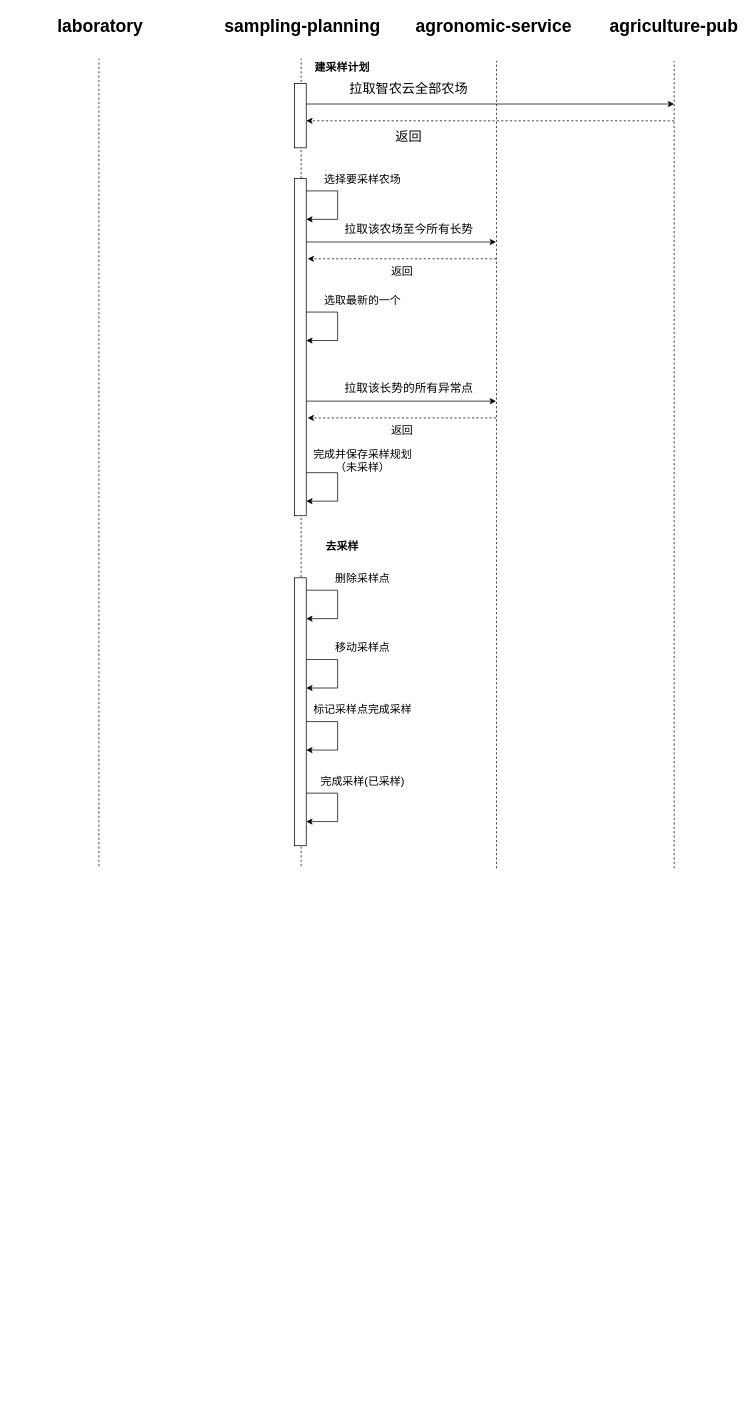
Earlier version of the draw.io diagram 植株检测流程图.drawio (RK-JD/DrawIO). Source tidied: cells renumbered, new cells numbered last; positions are measured from the earlier drawing's top-left corner, leaving out a move shared by most shapes. Both pictures are drawn from the tidied source at 73%, with x=0, y=0 at pixel (12, 14).
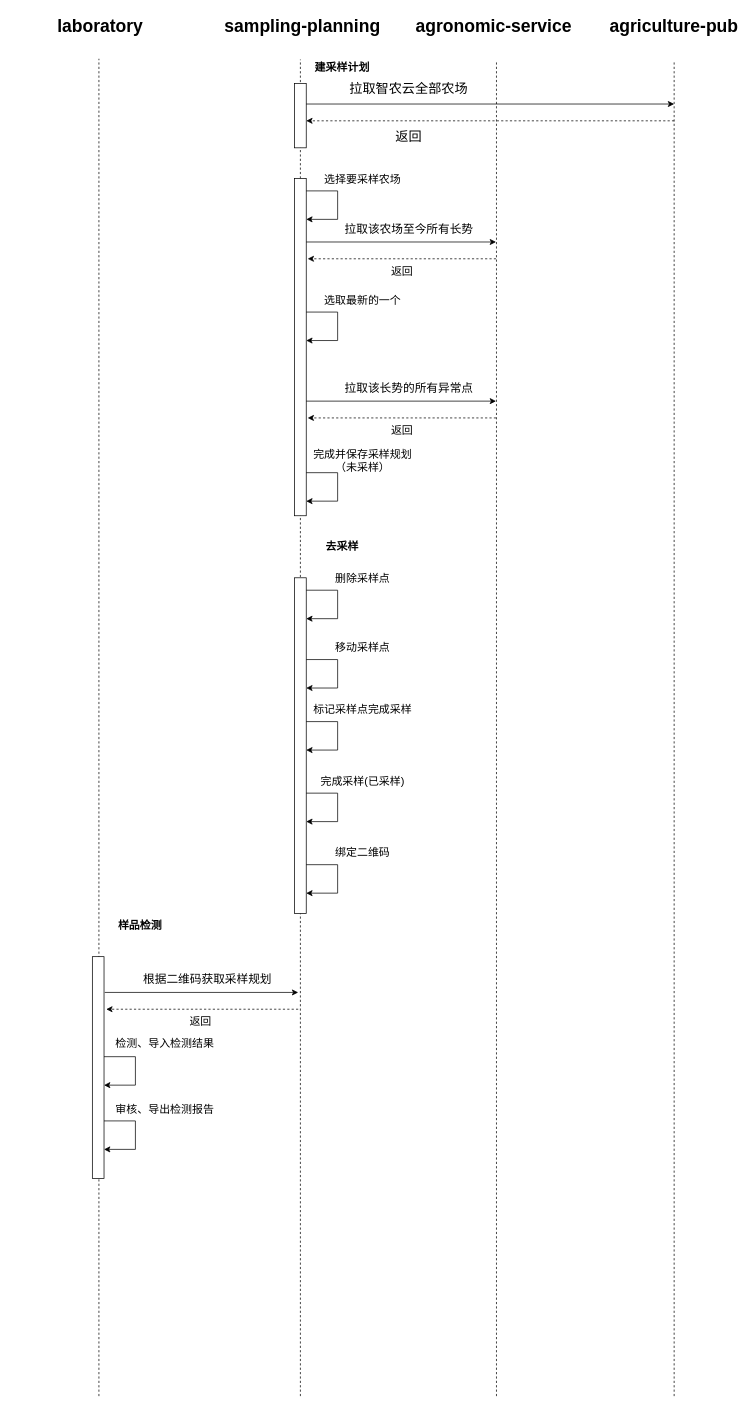
The same diagram, later.

Commit message:
更新植株检测流程图.drawio

Diff of the diagram source:
```diff
@@
     <mxCell id="2" style="endArrow=none;dashed=1;html=1;rounded=0;" parent="1" edge="1">
       <mxGeometry relative="1" as="geometry">
-        <mxPoint x="395" y="1167" as="sourcePoint" />
-        <mxPoint x="395" y="61" as="targetPoint" />
+        <mxPoint x="394" y="1893" as="sourcePoint" />
+        <mxPoint x="394" y="62" as="targetPoint" />
       </mxGeometry>
     </mxCell>
     <mxCell id="3" style="endArrow=none;dashed=1;html=1;rounded=0;" parent="1" edge="1">
       <mxGeometry relative="1" as="geometry">
-        <mxPoint x="662.6" y="1170" as="sourcePoint" />
+        <mxPoint x="662.6" y="1893" as="sourcePoint" />
         <mxPoint x="662.6" y="64" as="targetPoint" />
       </mxGeometry>
     </mxCell>
@@
     <mxCell id="6" style="endArrow=none;dashed=1;html=1;rounded=0;" parent="1" edge="1">
       <mxGeometry relative="1" as="geometry">
-        <mxPoint x="906" y="1170" as="sourcePoint" />
+        <mxPoint x="906" y="1893" as="sourcePoint" />
         <mxPoint x="906" y="64" as="targetPoint" />
       </mxGeometry>
     </mxCell>
@@
     <mxCell id="10" style="endArrow=none;dashed=1;html=1;rounded=0;" parent="1" edge="1">
       <mxGeometry relative="1" as="geometry">
-        <mxPoint x="118" y="1167" as="sourcePoint" />
+        <mxPoint x="118" y="1893" as="sourcePoint" />
         <mxPoint x="118" y="61" as="targetPoint" />
       </mxGeometry>
     </mxCell>
@@
     <mxCell id="30" style="rounded=0;whiteSpace=wrap;html=1;" parent="1" vertex="1">
-      <mxGeometry x="386" y="772" width="16" height="367" as="geometry" />
+      <mxGeometry x="386" y="772" width="16" height="460" as="geometry" />
     </mxCell>
@@
+    <mxCell id="41" style="endArrow=classic;html=1;rounded=0;" parent="1" edge="1">
+      <mxGeometry relative="1" as="geometry">
+        <mxPoint x="402" y="1165" as="sourcePoint" />
+        <mxPoint x="402" y="1204" as="targetPoint" />
+        <Array as="points">
+          <mxPoint x="445" y="1165" />
+          <mxPoint x="445" y="1204" />
+        </Array>
+      </mxGeometry>
+    </mxCell>
+    <mxCell id="42" value="&lt;span style=&quot;font-size: 15px;&quot;&gt;绑定二维码&lt;/span&gt;" style="text;html=1;align=center;verticalAlign=middle;whiteSpace=wrap;rounded=0;" parent="1" vertex="1">
+      <mxGeometry x="392" y="1133" width="175" height="30" as="geometry" />
+    </mxCell>
+    <mxCell id="43" style="rounded=0;whiteSpace=wrap;html=1;" parent="1" vertex="1">
+      <mxGeometry x="109" y="1291" width="16" height="304" as="geometry" />
+    </mxCell>
+    <mxCell id="44" value="&lt;span&gt;样品检测&lt;/span&gt;" style="text;html=1;align=center;verticalAlign=middle;whiteSpace=wrap;rounded=0;fontStyle=1;fontSize=15;" parent="1" vertex="1">
+      <mxGeometry x="87" y="1232" width="175" height="30" as="geometry" />
+    </mxCell>
+    <mxCell id="45" style="endArrow=classic;html=1;rounded=0;" parent="1" edge="1">
+      <mxGeometry relative="1" as="geometry">
+        <mxPoint x="126" y="1340" as="sourcePoint" />
+        <mxPoint x="391" y="1340" as="targetPoint" />
+      </mxGeometry>
+    </mxCell>
+    <mxCell id="46" value="&lt;font&gt;根据二维码获取采样规划&lt;/font&gt;" style="text;html=1;align=center;verticalAlign=middle;whiteSpace=wrap;rounded=0;fontSize=16;" parent="1" vertex="1">
+      <mxGeometry x="169.5" y="1307" width="194" height="30" as="geometry" />
+    </mxCell>
+    <mxCell id="47" style="endArrow=classic;html=1;rounded=0;dashed=1;" parent="1" edge="1">
+      <mxGeometry relative="1" as="geometry">
+        <mxPoint x="391" y="1363" as="sourcePoint" />
+        <mxPoint x="128" y="1363" as="targetPoint" />
+      </mxGeometry>
+    </mxCell>
+    <mxCell id="48" value="&lt;span style=&quot;font-size: 15px;&quot;&gt;返回&lt;/span&gt;" style="text;html=1;align=center;verticalAlign=middle;whiteSpace=wrap;rounded=0;" parent="1" vertex="1">
+      <mxGeometry x="169.5" y="1364" width="175" height="30" as="geometry" />
+    </mxCell>
+    <mxCell id="49" style="endArrow=classic;html=1;rounded=0;" parent="1" edge="1">
+      <mxGeometry relative="1" as="geometry">
+        <mxPoint x="125" y="1516" as="sourcePoint" />
+        <mxPoint x="125" y="1555" as="targetPoint" />
+        <Array as="points">
+          <mxPoint x="168" y="1516" />
+          <mxPoint x="168" y="1555" />
+        </Array>
+      </mxGeometry>
+    </mxCell>
+    <mxCell id="50" value="&lt;span style=&quot;font-size: 15px;&quot;&gt;审核、导出检测报告&lt;/span&gt;" style="text;html=1;align=center;verticalAlign=middle;whiteSpace=wrap;rounded=0;" parent="1" vertex="1">
+      <mxGeometry x="121" y="1485" width="175" height="30" as="geometry" />
+    </mxCell>
+    <mxCell id="51" style="endArrow=classic;html=1;rounded=0;" parent="1" edge="1">
+      <mxGeometry relative="1" as="geometry">
+        <mxPoint x="125" y="1428" as="sourcePoint" />
+        <mxPoint x="125" y="1467" as="targetPoint" />
+        <Array as="points">
+          <mxPoint x="168" y="1428" />
+          <mxPoint x="168" y="1467" />
+        </Array>
+      </mxGeometry>
+    </mxCell>
+    <mxCell id="52" value="&lt;span style=&quot;font-size: 15px;&quot;&gt;检测、&lt;/span&gt;&lt;span style=&quot;font-size: 15px;&quot;&gt;导入检测结果&lt;/span&gt;" style="text;html=1;align=center;verticalAlign=middle;whiteSpace=wrap;rounded=0;" parent="1" vertex="1">
+      <mxGeometry x="121" y="1394" width="175" height="30" as="geometry" />
+    </mxCell>
```
